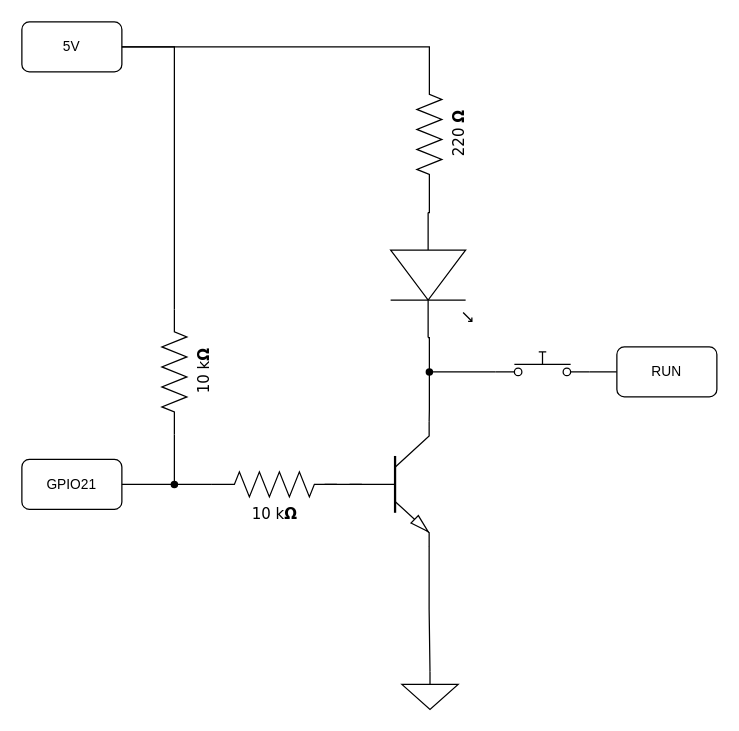
Above: Encendido RPi.drawio in jcortade/apagado_encendido (draw.io), before the change. Source tidied: cells renumbered, new cells numbered last; positions are measured from the earlier drawing's top-left corner, leaving out a move shared by most shapes. Both pictures are drawn from the tidied source at 125%, with x=0, y=0 at pixel (21, 21).
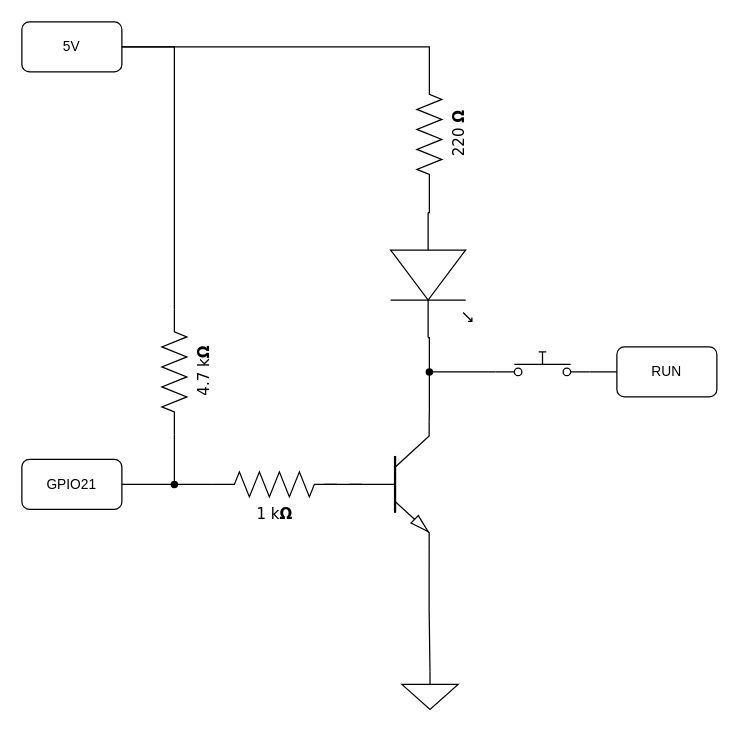
The same diagram, later.

What changed in the source:
```diff
@@
-    <mxCell id="2" value="10 k&lt;b&gt;Ω&lt;/b&gt;" style="verticalLabelPosition=bottom;shadow=0;dashed=0;align=center;html=1;verticalAlign=top;strokeWidth=1;shape=mxgraph.electrical.resistors.resistor_2;rounded=1;comic=0;labelBackgroundColor=none;fontFamily=Verdana;fontSize=12;" parent="1" vertex="1">
+    <mxCell id="2" value="1 k&lt;b&gt;Ω&lt;/b&gt;" style="verticalLabelPosition=bottom;shadow=0;dashed=0;align=center;html=1;verticalAlign=top;strokeWidth=1;shape=mxgraph.electrical.resistors.resistor_2;rounded=1;comic=0;labelBackgroundColor=none;fontFamily=Verdana;fontSize=12;" parent="1" vertex="1">
       <mxGeometry x="152" y="360" width="100" height="20" as="geometry" />
     </mxCell>
@@
-    <mxCell id="9" value="10 k&lt;b&gt;Ω&lt;/b&gt;" style="verticalLabelPosition=bottom;shadow=0;dashed=0;align=center;html=1;verticalAlign=top;strokeWidth=1;shape=mxgraph.electrical.resistors.resistor_2;rounded=1;comic=0;labelBackgroundColor=none;fontFamily=Verdana;fontSize=12;rotation=-90;" parent="1" vertex="1">
+    <mxCell id="9" value="4.7 k&lt;b&gt;Ω&lt;/b&gt;" style="verticalLabelPosition=bottom;shadow=0;dashed=0;align=center;html=1;verticalAlign=top;strokeWidth=1;shape=mxgraph.electrical.resistors.resistor_2;rounded=1;comic=0;labelBackgroundColor=none;fontFamily=Verdana;fontSize=12;rotation=-90;" parent="1" vertex="1">
       <mxGeometry x="72" y="270" width="100" height="20" as="geometry" />
     </mxCell>
```
